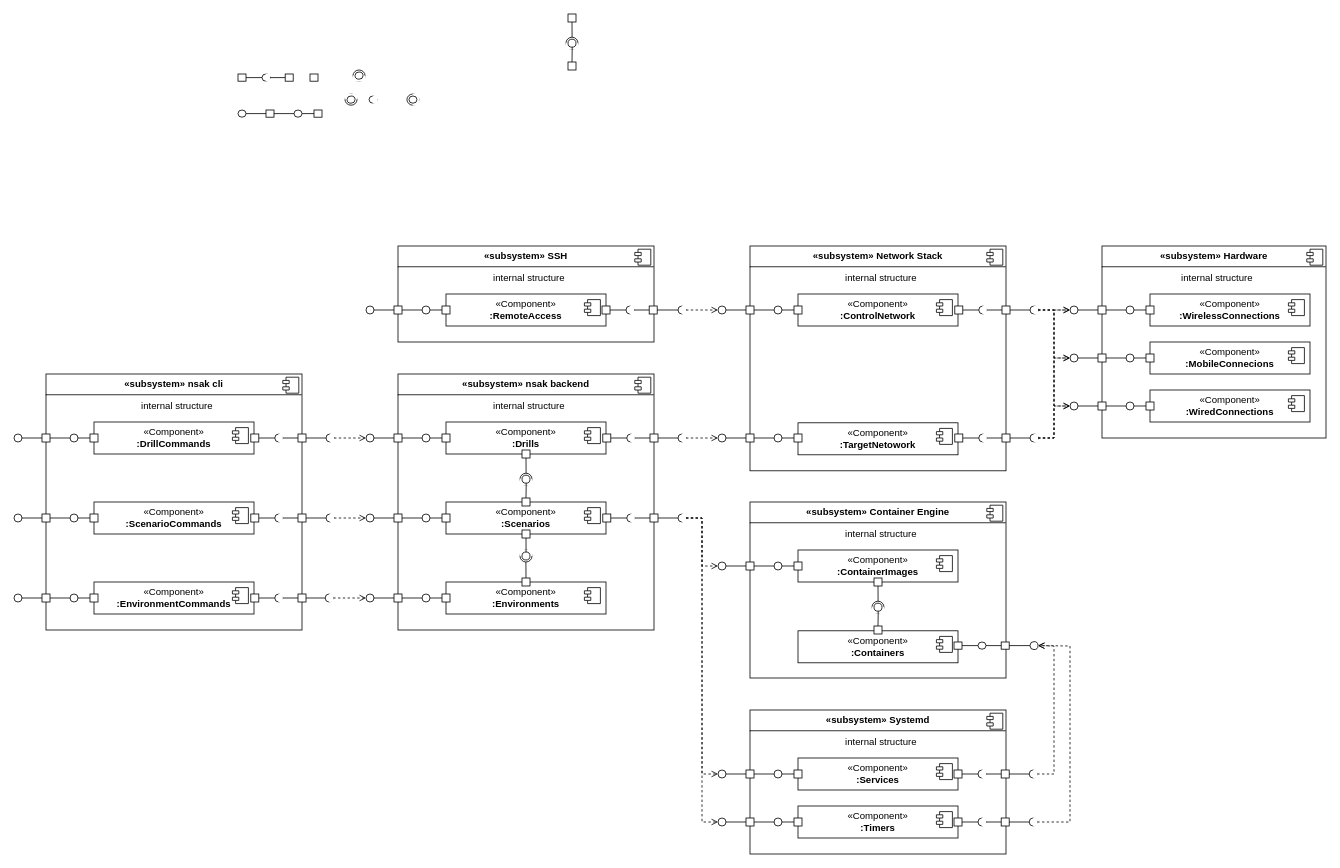
The draw.io diagram docs/assets/figures/diagrams/concept-architecture-diagrams/project_2_nsak_component_diagram.drawio in nsak-team/nsak, before the edit. Source tidied: cells renumbered, new cells numbered last; positions are measured from the earlier drawing's top-left corner, leaving out a move shared by most shapes. Both pictures are drawn from the tidied source at 80%, with x=0, y=0 at pixel (14, 14).
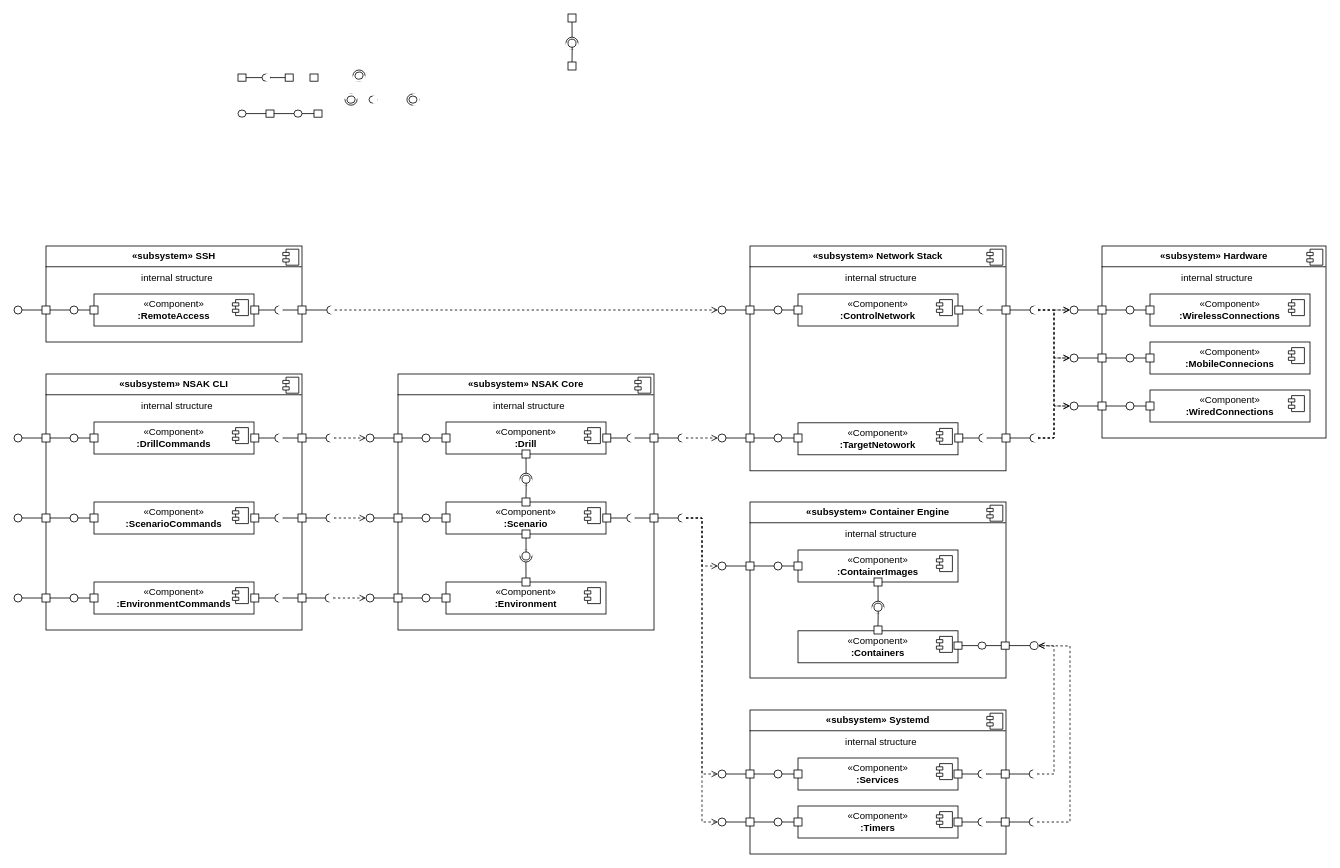
The same diagram, later.

Commit message (it also covers changes not shown here):
Update timelogs, add component diagram section

Unchanged cells that the change refers to:
```xml
<mxCell id="38" style="group;" parent="1" vertex="1">
  <mxGeometry y="450" width="365" height="320" as="geometry" />
</mxCell>
<mxCell id="93" style="group;" parent="1" vertex="1">
  <mxGeometry x="440" y="710" width="300" height="40" as="geometry" />
</mxCell>
<mxCell id="116" style="group;" parent="115" vertex="1">
  <mxGeometry width="300" height="40" as="geometry" />
</mxCell>
<mxCell id="133" style="group;" parent="132" vertex="1">
  <mxGeometry width="300" height="50" as="geometry" />
</mxCell>
<mxCell id="263" style="rounded=0;whiteSpace=wrap;html=1;" parent="261" vertex="1">
  <mxGeometry x="59" width="10" height="10" as="geometry" />
</mxCell>
```

What changed in the source:
```diff
@@
-    <mxCell id="4" value="&lt;p style=&quot;margin:0px;margin-top:6px;text-align:center;&quot;&gt;&lt;b&gt;«subsystem» nsak backend&lt;/b&gt;&lt;/p&gt;&lt;hr size=&quot;1&quot; style=&quot;border-style:solid;&quot;&gt;&lt;p align=&quot;center&quot; style=&quot;margin:0px;margin-left:8px;&quot;&gt;internal structure&lt;/p&gt;" style="align=left;overflow=fill;html=1;whiteSpace=wrap;" parent="1" vertex="1">
+    <mxCell id="4" value="&lt;p style=&quot;margin:0px;margin-top:6px;text-align:center;&quot;&gt;&lt;b&gt;«subsystem» NSAK Core&lt;/b&gt;&lt;/p&gt;&lt;hr size=&quot;1&quot; style=&quot;border-style:solid;&quot;&gt;&lt;p align=&quot;center&quot; style=&quot;margin:0px;margin-left:8px;&quot;&gt;internal structure&lt;/p&gt;" style="align=left;overflow=fill;html=1;whiteSpace=wrap;" parent="1" vertex="1">
       <mxGeometry x="480" y="450" width="320" height="320" as="geometry" />
     </mxCell>
@@
-    <mxCell id="39" value="&lt;p style=&quot;margin:0px;margin-top:6px;text-align:center;&quot;&gt;&lt;b&gt;«subsystem» nsak cli&lt;/b&gt;&lt;/p&gt;&lt;hr size=&quot;1&quot; style=&quot;border-style:solid;&quot;&gt;&lt;p align=&quot;center&quot; style=&quot;margin:0px;margin-left:8px;&quot;&gt;internal structure&lt;/p&gt;" style="align=left;overflow=fill;html=1;whiteSpace=wrap;" parent="38" vertex="1">
+    <mxCell id="39" value="&lt;p style=&quot;margin:0px;margin-top:6px;text-align:center;&quot;&gt;&lt;b&gt;«subsystem» NSAK CLI&lt;/b&gt;&lt;/p&gt;&lt;hr size=&quot;1&quot; style=&quot;border-style:solid;&quot;&gt;&lt;p align=&quot;center&quot; style=&quot;margin:0px;margin-left:8px;&quot;&gt;internal structure&lt;/p&gt;" style="align=left;overflow=fill;html=1;whiteSpace=wrap;" parent="38" vertex="1">
       <mxGeometry x="40" width="320" height="320" as="geometry" />
     </mxCell>
@@
-    <mxCell id="94" value="«Component»&lt;br&gt;&lt;b&gt;:Environments&lt;/b&gt;" style="html=1;whiteSpace=wrap;" parent="93" vertex="1">
+    <mxCell id="94" value="«Component»&lt;br&gt;&lt;b&gt;:Environment&lt;/b&gt;" style="html=1;whiteSpace=wrap;" parent="93" vertex="1">
       <mxGeometry x="100" width="200" height="40" as="geometry" />
     </mxCell>
@@
-    <mxCell id="117" value="«Component»&lt;br&gt;&lt;b&gt;:Scenarios&lt;/b&gt;" style="html=1;whiteSpace=wrap;" parent="116" vertex="1">
+    <mxCell id="117" value="«Component»&lt;br&gt;&lt;b&gt;:Scenario&lt;/b&gt;" style="html=1;whiteSpace=wrap;" parent="116" vertex="1">
       <mxGeometry x="100" width="200" height="40" as="geometry" />
     </mxCell>
@@
-    <mxCell id="134" value="«Component»&lt;br&gt;&lt;b&gt;:Drills&lt;/b&gt;" style="html=1;whiteSpace=wrap;" parent="133" vertex="1">
+    <mxCell id="134" value="«Component»&lt;br&gt;&lt;b&gt;:Drill&lt;/b&gt;" style="html=1;whiteSpace=wrap;" parent="133" vertex="1">
       <mxGeometry x="100" width="200" height="40" as="geometry" />
     </mxCell>
@@
     <mxCell id="250" style="group;" parent="1" vertex="1">
-      <mxGeometry x="520" y="290" width="280" height="180" as="geometry" />
+      <mxGeometry x="80" y="290" width="280" height="180" as="geometry" />
     </mxCell>
+    <mxCell id="379" style="group;" parent="250" vertex="1">
+      <mxGeometry x="-80" width="360" height="120" as="geometry" />
+    </mxCell>
-    <mxCell id="251" value="&lt;p style=&quot;margin:0px;margin-top:6px;text-align:center;&quot;&gt;&lt;b&gt;«subsystem» SSH&lt;/b&gt;&lt;/p&gt;&lt;hr size=&quot;1&quot; style=&quot;border-style:solid;&quot;&gt;&lt;p align=&quot;center&quot; style=&quot;margin:0px;margin-left:8px;&quot;&gt;internal structure&lt;/p&gt;" style="align=left;overflow=fill;html=1;whiteSpace=wrap;" parent="250" vertex="1">
-      <mxGeometry x="-40" width="320" height="120" as="geometry" />
+    <mxCell id="251" value="&lt;p style=&quot;margin:0px;margin-top:6px;text-align:center;&quot;&gt;&lt;b&gt;«subsystem» SSH&lt;/b&gt;&lt;/p&gt;&lt;hr size=&quot;1&quot; style=&quot;border-style:solid;&quot;&gt;&lt;p align=&quot;center&quot; style=&quot;margin:0px;margin-left:8px;&quot;&gt;internal structure&lt;/p&gt;" style="align=left;overflow=fill;html=1;whiteSpace=wrap;" parent="379" vertex="1">
+      <mxGeometry x="40" width="320" height="120" as="geometry" />
     </mxCell>
@@
-    <mxCell id="253" value="«Component»&lt;br&gt;&lt;b&gt;:RemoteAccess&lt;/b&gt;" style="html=1;whiteSpace=wrap;" parent="250" vertex="1">
-      <mxGeometry x="20" y="60" width="200" height="40" as="geometry" />
+    <mxCell id="253" value="«Component»&lt;br&gt;&lt;b&gt;:RemoteAccess&lt;/b&gt;" style="html=1;whiteSpace=wrap;" parent="379" vertex="1">
+      <mxGeometry x="100" y="60" width="200" height="40" as="geometry" />
     </mxCell>
@@
-    <mxCell id="255" style="group;" parent="250" vertex="1">
-      <mxGeometry x="-80" y="75" width="105" height="10" as="geometry" />
+    <mxCell id="255" style="group;" parent="379" vertex="1">
+      <mxGeometry y="75" width="105" height="10" as="geometry" />
     </mxCell>
@@
     <mxCell id="261" style="group;" parent="1" vertex="1">
-      <mxGeometry x="735" y="365" width="69" height="10" as="geometry" />
+      <mxGeometry x="296" y="365" width="69" height="10" as="geometry" />
     </mxCell>
@@
     <mxCell id="269" style="group;" parent="1" vertex="1">
-      <mxGeometry x="830" y="365" width="10" height="10" as="geometry" />
+      <mxGeometry x="391" y="365" width="10" height="10" as="geometry" />
     </mxCell>
@@
     <mxCell id="275" style="endArrow=none;html=1;rounded=0;exitX=1;exitY=0.5;exitDx=0;exitDy=0;" parent="1" edge="1" source="263">
       <mxGeometry relative="1" as="geometry">
-        <mxPoint x="830" y="370" as="targetPoint" />
+        <mxPoint x="391" y="370" as="targetPoint" />
       </mxGeometry>
     </mxCell>
```
